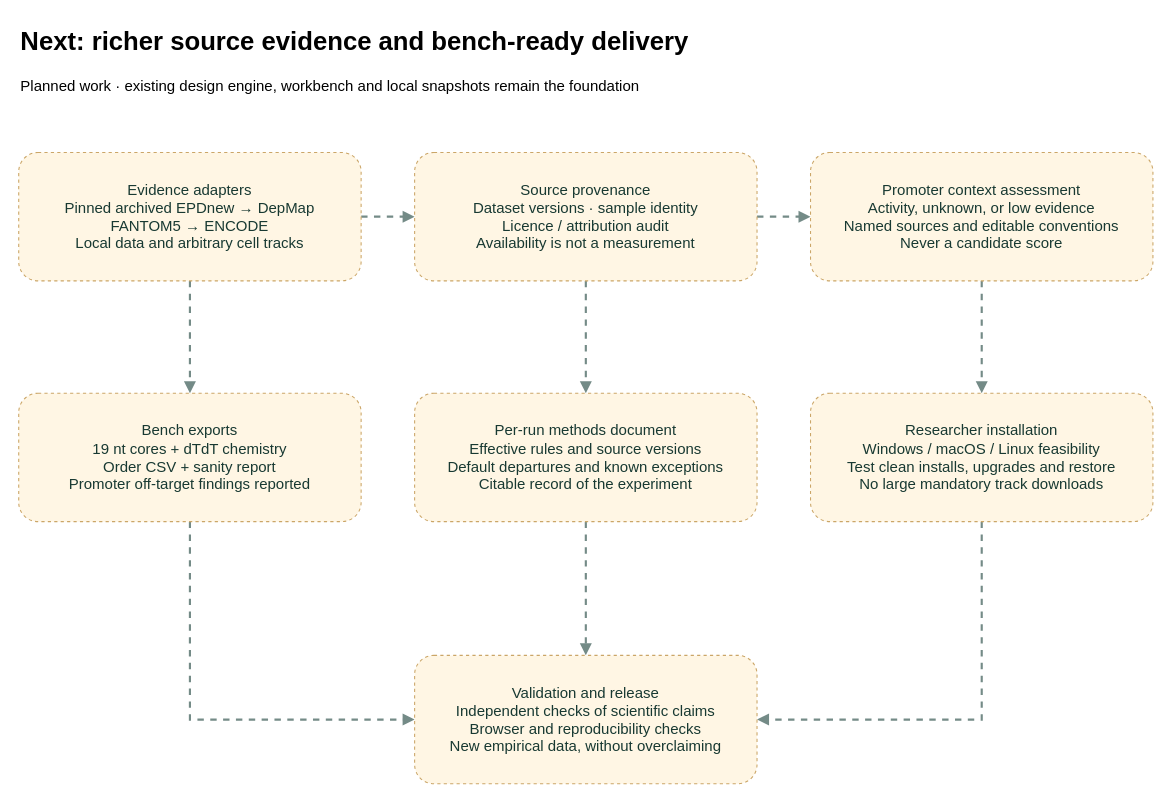
The draw.io diagram page "Remaining continuation" (2 of 2) of docs/architecture/website-flow.drawio in JoepVondervoort/sarna-designer, before the edit. Source tidied: cells renumbered, new cells numbered last; positions are measured from the earlier drawing's top-left corner, leaving out a move shared by most shapes. Both pictures are drawn from the tidied source at 107%, with x=0, y=0 at pixel (18, 18).
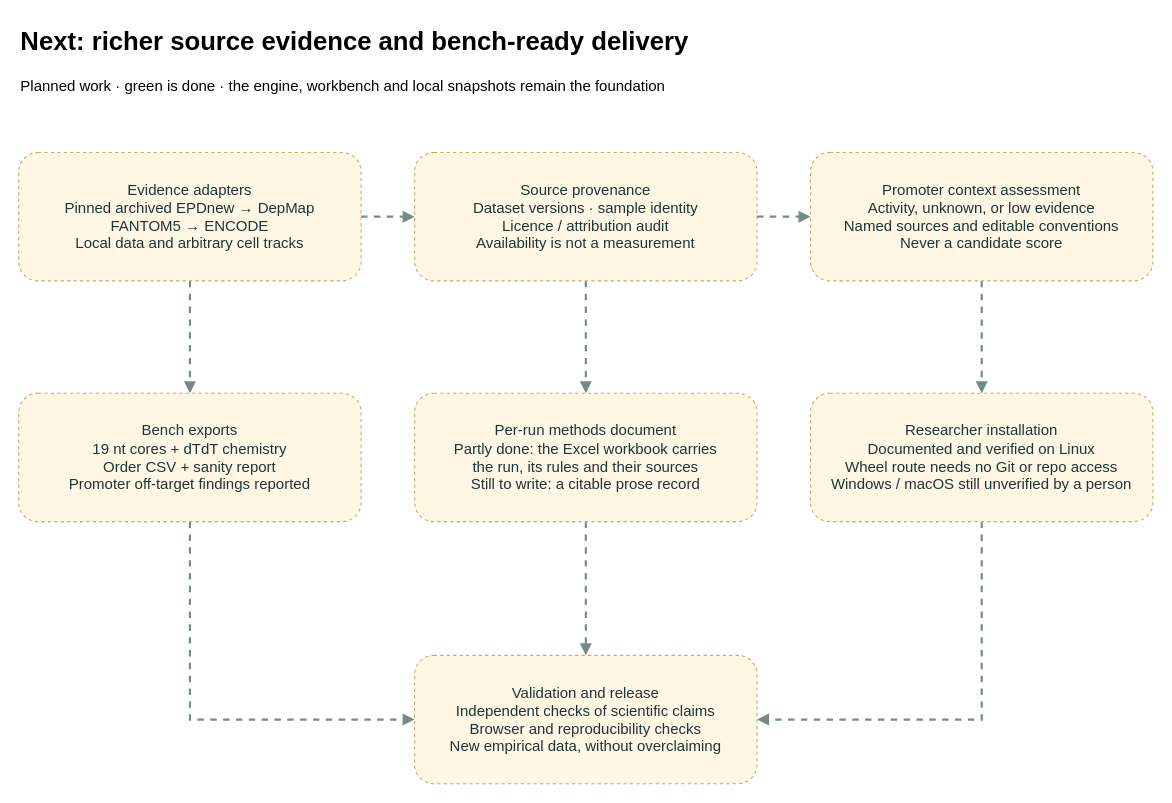
The same page after the edit.

What changed in the source:
```diff
@@
-    <mxCell id="3" value="Planned work · existing design engine, workbench and local snapshots remain the foundation" style="text;html=0;align=left;fontSize=14;strokeColor=none;fillColor=none;" parent="1" vertex="1">
+    <mxCell id="3" value="Planned work · green is done · the engine, workbench and local snapshots remain the foundation" style="text;html=0;align=left;fontSize=14;strokeColor=none;fillColor=none;" parent="1" vertex="1">
       <mxGeometry y="48" width="1060" height="38" as="geometry" />
     </mxCell>
@@
-    <mxCell id="16" value="Per-run methods document&#10;Effective rules and source versions&#10;Default departures and known exceptions&#10;Citable record of the experiment" style="rounded=1;whiteSpace=wrap;html=0;fillColor=#fff6e4;strokeColor=#cba668;fontColor=#183932;fontSize=14;spacing=12;dashed=1;" parent="1" vertex="1">
+    <mxCell id="16" value="Per-run methods document&#10;Partly done: the Excel workbook carries&#10;the run, its rules and their sources&#10;Still to write: a citable prose record" style="rounded=1;whiteSpace=wrap;html=0;fillColor=#fff6e4;strokeColor=#cba668;fontColor=#183932;fontSize=14;spacing=12;dashed=1;" parent="1" vertex="1">
       <mxGeometry x="370" y="350" width="320" height="120" as="geometry" />
     </mxCell>
-    <mxCell id="17" value="Researcher installation&#10;Windows / macOS / Linux feasibility&#10;Test clean installs, upgrades and restore&#10;No large mandatory track downloads" style="rounded=1;whiteSpace=wrap;html=0;fillColor=#fff6e4;strokeColor=#cba668;fontColor=#183932;fontSize=14;spacing=12;dashed=1;" parent="1" vertex="1">
+    <mxCell id="17" value="Researcher installation&#10;Documented and verified on Linux&#10;Wheel route needs no Git or repo access&#10;Windows / macOS still unverified by a person" style="rounded=1;whiteSpace=wrap;html=0;fillColor=#fff6e4;strokeColor=#cba668;fontColor=#183932;fontSize=14;spacing=12;dashed=1;" parent="1" vertex="1">
       <mxGeometry x="740" y="350" width="320" height="120" as="geometry" />
     </mxCell>
```
